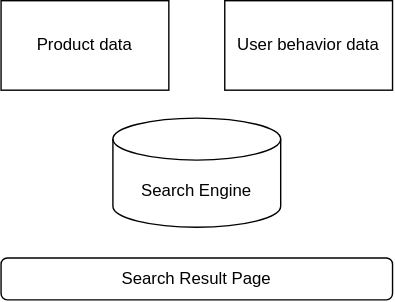
This is data_product_insert.drawio.svg from data-and-cloud/draw-io, a draw.io export, as it was before one commit. Source tidied: cells renumbered, new cells last; positions are measured from the earlier drawing's top-left corner, leaving out a move shared by most shapes.
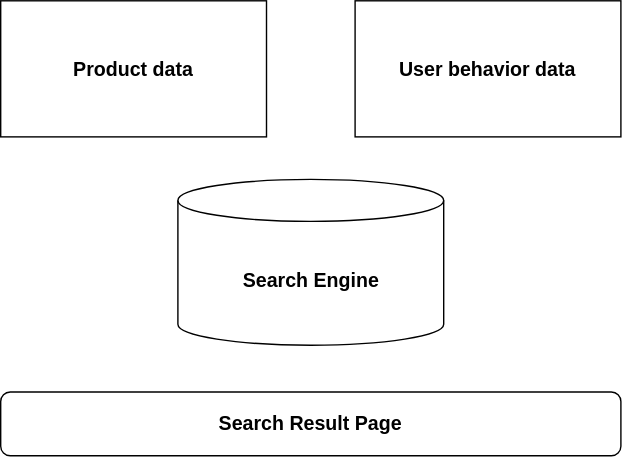
After the change.

The edit, as a diff of the source:
```diff
@@ -2,17 +2,20 @@
   <root>
     <mxCell id="0" />
     <mxCell id="1" parent="0" />
+    <mxCell id="6" style="group;fontStyle=1;" parent="1" vertex="1">
+      <mxGeometry width="443" height="325" as="geometry" />
+    </mxCell>
-    <mxCell id="2" value="Product data" style="rounded=0;whiteSpace=wrap;html=1;" parent="1" vertex="1">
-      <mxGeometry width="120" height="64" as="geometry" />
+    <mxCell id="2" value="Product data" style="rounded=0;whiteSpace=wrap;html=1;fontStyle=1;fontSize=14;" parent="6" vertex="1">
+      <mxGeometry width="189.9" height="97.2" as="geometry" />
     </mxCell>
-    <mxCell id="3" value="User behavior data" style="rounded=0;whiteSpace=wrap;html=1;" parent="1" vertex="1">
-      <mxGeometry x="160" width="120" height="64" as="geometry" />
+    <mxCell id="3" value="User behavior data" style="rounded=0;whiteSpace=wrap;html=1;fontStyle=1;fontSize=14;" parent="6" vertex="1">
+      <mxGeometry x="253.1" width="189.9" height="97.2" as="geometry" />
     </mxCell>
-    <mxCell id="4" value="Search Engine" style="shape=cylinder3;whiteSpace=wrap;html=1;boundedLbl=1;backgroundOutline=1;size=15;" parent="1" vertex="1">
-      <mxGeometry x="80" y="84" width="120" height="78" as="geometry" />
+    <mxCell id="4" value="Search Engine" style="shape=cylinder3;whiteSpace=wrap;html=1;boundedLbl=1;backgroundOutline=1;size=15;fontStyle=1;fontSize=14;" parent="6" vertex="1">
+      <mxGeometry x="126.6" y="127.6" width="189.9" height="118.5" as="geometry" />
     </mxCell>
-    <mxCell id="5" value="Search Result Page" style="rounded=1;whiteSpace=wrap;html=1;" parent="1" vertex="1">
-      <mxGeometry y="184" width="280" height="30" as="geometry" />
+    <mxCell id="5" value="Search Result Page" style="rounded=1;whiteSpace=wrap;html=1;fontStyle=1;fontSize=14;" parent="6" vertex="1">
+      <mxGeometry y="279.4" width="443" height="45.6" as="geometry" />
     </mxCell>
   </root>
 </mxGraphModel>
```
